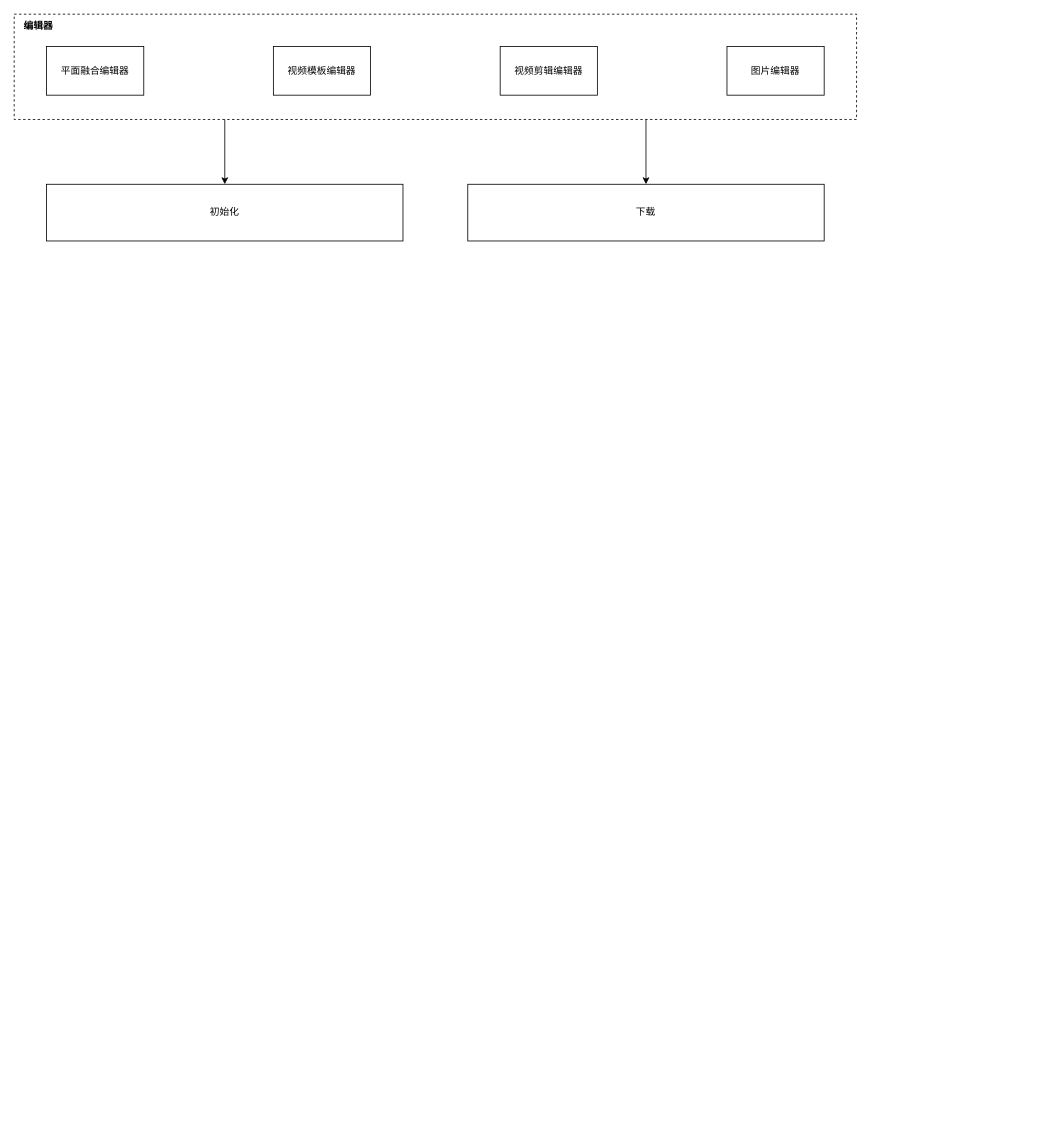
Above: worker/用户下载日志.drawio in TNT-Likely/diagrams (draw.io), before the change. Source tidied: cells renumbered, new cells numbered last; positions are measured from the earlier drawing's top-left corner, leaving out a move shared by most shapes. Both pictures are drawn from the tidied source at 81%, with x=0, y=0 at pixel (14, 14).
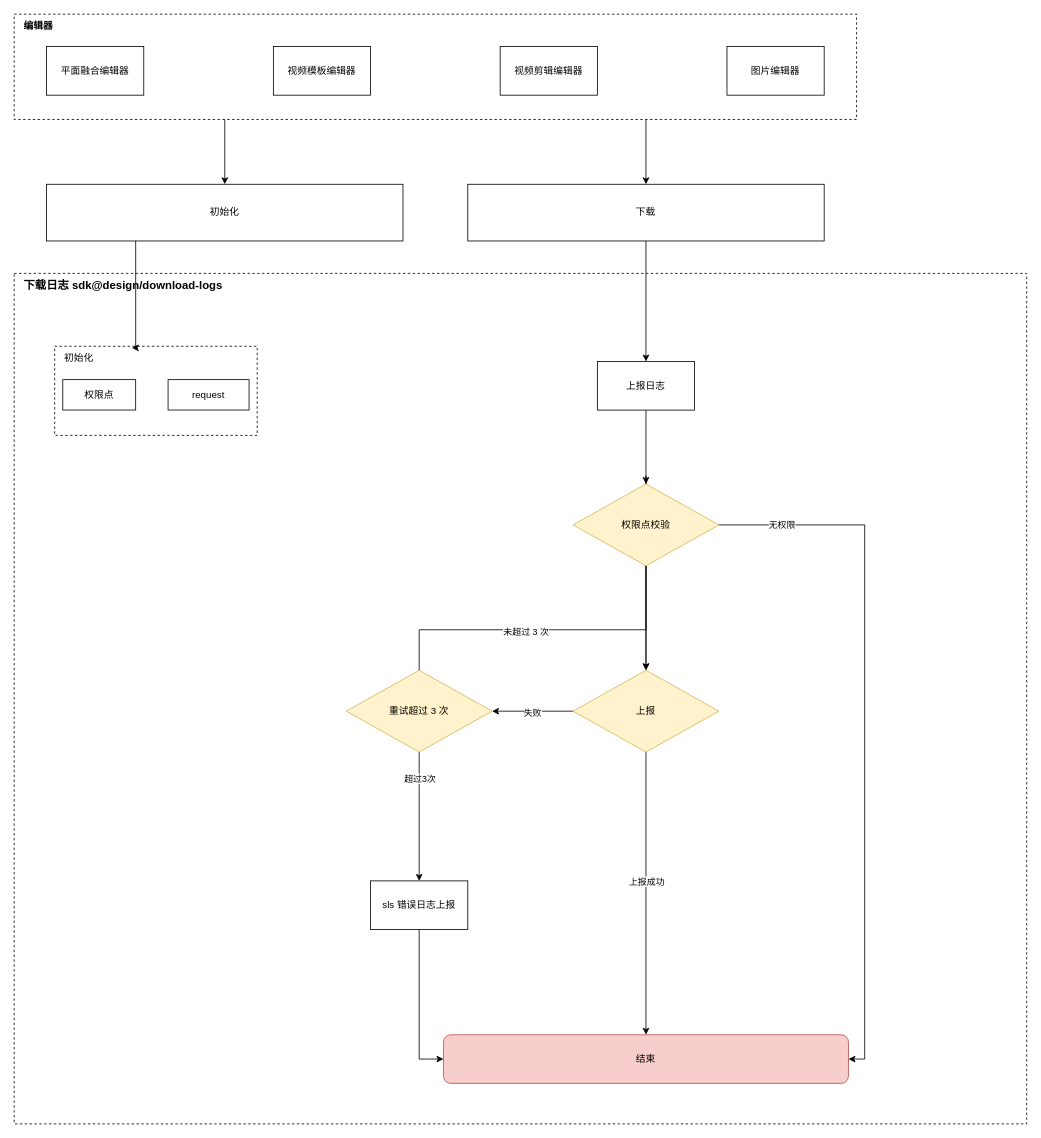
The same page after the edit.

Commit message:
更新用户下载日志.drawio

Unchanged cells that the change refers to:
```xml
<mxCell id="3" style="rounded=0;whiteSpace=wrap;html=1;dashed=1;" parent="2" vertex="1">
  <mxGeometry width="1040" height="130" as="geometry" />
</mxCell>
```

The edit, as a diff of the source:
```diff
@@
+    <mxCell id="13" style="group;" parent="1" vertex="1">
+      <mxGeometry x="40" y="210" width="960" height="70" as="geometry" />
+    </mxCell>
-    <mxCell id="9" value="初始化" style="rounded=0;whiteSpace=wrap;html=1;" parent="1" vertex="1">
-      <mxGeometry x="40" y="210" width="440" height="70" as="geometry" />
+    <mxCell id="9" value="初始化" style="rounded=0;whiteSpace=wrap;html=1;" parent="13" vertex="1">
+      <mxGeometry width="440" height="70" as="geometry" />
     </mxCell>
-    <mxCell id="10" value="下载" style="rounded=0;whiteSpace=wrap;html=1;" parent="1" vertex="1">
-      <mxGeometry x="560" y="210" width="440" height="70" as="geometry" />
+    <mxCell id="10" value="下载" style="rounded=0;whiteSpace=wrap;html=1;" parent="13" vertex="1">
+      <mxGeometry x="520" width="440" height="70" as="geometry" />
     </mxCell>
-    <mxCell id="11" style="edgeStyle=orthogonalEdgeStyle;rounded=0;jettySize=auto;html=1;exitX=0.25;exitY=1;exitDx=0;exitDy=0;entryX=0.5;entryY=0;entryDx=0;entryDy=0;" parent="1" edge="1" source="3" target="9">
+    <mxCell id="11" style="edgeStyle=orthogonalEdgeStyle;rounded=0;jettySize=auto;html=1;exitX=0.25;exitY=1;exitDx=0;exitDy=0;entryX=0.5;entryY=0;entryDx=0;entryDy=0;" parent="13" edge="1" source="3" target="9">
       <mxGeometry relative="1" as="geometry" />
     </mxCell>
-    <mxCell id="12" style="edgeStyle=orthogonalEdgeStyle;rounded=0;jettySize=auto;html=1;exitX=0.75;exitY=1;exitDx=0;exitDy=0;entryX=0.5;entryY=0;entryDx=0;entryDy=0;" parent="1" edge="1" source="3" target="10">
+    <mxCell id="12" style="edgeStyle=orthogonalEdgeStyle;rounded=0;jettySize=auto;html=1;exitX=0.75;exitY=1;exitDx=0;exitDy=0;entryX=0.5;entryY=0;entryDx=0;entryDy=0;" parent="13" edge="1" source="3" target="10">
       <mxGeometry relative="1" as="geometry" />
     </mxCell>
+    <mxCell id="14" style="rounded=0;whiteSpace=wrap;html=1;dashed=1;" parent="1" vertex="1">
+      <mxGeometry y="320" width="1250" height="1050" as="geometry" />
+    </mxCell>
+    <mxCell id="15" style="rounded=0;whiteSpace=wrap;html=1;dashed=1;" parent="1" vertex="1">
+      <mxGeometry x="50" y="410" width="250" height="110" as="geometry" />
+    </mxCell>
+    <mxCell id="16" value="权限点" style="rounded=0;whiteSpace=wrap;html=1;" parent="1" vertex="1">
+      <mxGeometry x="60" y="451.2" width="90" height="37.5" as="geometry" />
+    </mxCell>
+    <mxCell id="17" value="request" style="rounded=0;whiteSpace=wrap;html=1;" parent="1" vertex="1">
+      <mxGeometry x="190" y="451.2" width="100" height="37.5" as="geometry" />
+    </mxCell>
+    <mxCell id="18" value="初始化" style="text;html=1;strokeColor=none;fillColor=none;align=center;verticalAlign=middle;whiteSpace=wrap;rounded=0;" parent="1" vertex="1">
+      <mxGeometry x="50" y="410" width="60" height="30" as="geometry" />
+    </mxCell>
+    <mxCell id="19" value="下载日志 sdk@design/download-logs" style="text;html=1;strokeColor=none;fillColor=none;align=left;verticalAlign=middle;whiteSpace=wrap;rounded=0;fontStyle=1;fontSize=14;" parent="1" vertex="1">
+      <mxGeometry x="10" y="320" width="260" height="30" as="geometry" />
+    </mxCell>
+    <mxCell id="20" style="edgeStyle=orthogonalEdgeStyle;rounded=0;jettySize=auto;html=1;exitX=0.25;exitY=1;exitDx=0;exitDy=0;entryX=0.381;entryY=0.017;entryDx=0;entryDy=0;entryPerimeter=0;" parent="1" edge="1" source="9" target="15">
+      <mxGeometry relative="1" as="geometry">
+        <Array as="points">
+          <mxPoint x="150" y="412" />
+        </Array>
+      </mxGeometry>
+    </mxCell>
+    <mxCell id="21" style="edgeStyle=orthogonalEdgeStyle;rounded=0;jettySize=auto;html=1;exitX=1;exitY=0.5;exitDx=0;exitDy=0;entryX=1;entryY=0.5;entryDx=0;entryDy=0;" parent="1" edge="1" source="41" target="24">
+      <mxGeometry relative="1" as="geometry" />
+    </mxCell>
+    <mxCell id="22" value="无权限" style="edgeLabel;html=1;align=center;verticalAlign=middle;" parent="21" vertex="1">
+      <mxGeometry x="-0.82" y="1" relative="1" as="geometry">
+        <mxPoint y="1" as="offset" />
+      </mxGeometry>
+    </mxCell>
+    <mxCell id="23" style="edgeStyle=orthogonalEdgeStyle;rounded=0;jettySize=auto;html=1;exitX=0.5;exitY=1;exitDx=0;exitDy=0;entryX=0.5;entryY=0;entryDx=0;entryDy=0;" parent="1" edge="1" source="41" target="31">
+      <mxGeometry relative="1" as="geometry" />
+    </mxCell>
+    <mxCell id="24" value="结束" style="rounded=1;whiteSpace=wrap;html=1;fillColor=#f8cecc;strokeColor=#b85450;" parent="1" vertex="1">
+      <mxGeometry x="530" y="1260" width="500" height="60" as="geometry" />
+    </mxCell>
+    <mxCell id="25" style="edgeStyle=orthogonalEdgeStyle;rounded=0;jettySize=auto;html=1;exitX=0.5;exitY=1;exitDx=0;exitDy=0;entryX=0.5;entryY=0;entryDx=0;entryDy=0;" parent="1" edge="1" source="26" target="41">
+      <mxGeometry relative="1" as="geometry" />
+    </mxCell>
+    <mxCell id="26" value="上报日志" style="rounded=0;whiteSpace=wrap;html=1;" parent="1" vertex="1">
+      <mxGeometry x="720" y="428.8" width="120" height="60" as="geometry" />
+    </mxCell>
+    <mxCell id="27" style="edgeStyle=orthogonalEdgeStyle;rounded=0;jettySize=auto;html=1;exitX=0;exitY=0.5;exitDx=0;exitDy=0;entryX=1;entryY=0.5;entryDx=0;entryDy=0;" parent="1" edge="1" source="31" target="35">
+      <mxGeometry relative="1" as="geometry" />
+    </mxCell>
+    <mxCell id="28" value="失败" style="edgeLabel;html=1;align=center;verticalAlign=middle;" parent="27" vertex="1">
+      <mxGeometry x="0.02" y="2" relative="1" as="geometry" />
+    </mxCell>
+    <mxCell id="29" style="edgeStyle=orthogonalEdgeStyle;rounded=0;jettySize=auto;html=1;exitX=0.5;exitY=1;exitDx=0;exitDy=0;entryX=0.5;entryY=0;entryDx=0;entryDy=0;" parent="1" edge="1" source="31" target="24">
+      <mxGeometry relative="1" as="geometry" />
+    </mxCell>
+    <mxCell id="30" value="上报成功" style="edgeLabel;html=1;align=center;verticalAlign=middle;" parent="29" vertex="1">
+      <mxGeometry x="-0.09" relative="1" as="geometry" />
+    </mxCell>
+    <mxCell id="31" value="上报" style="rhombus;whiteSpace=wrap;html=1;fillColor=#fff2cc;strokeColor=#d6b656;" parent="1" vertex="1">
+      <mxGeometry x="690" y="810" width="180" height="101" as="geometry" />
+    </mxCell>
+    <mxCell id="32" style="edgeStyle=orthogonalEdgeStyle;rounded=0;jettySize=auto;html=1;exitX=0.5;exitY=0;exitDx=0;exitDy=0;entryX=0.5;entryY=0;entryDx=0;entryDy=0;" parent="1" edge="1" source="41" target="31">
+      <mxGeometry relative="1" as="geometry">
+        <Array as="points">
+          <mxPoint x="780" y="570" />
+        </Array>
+      </mxGeometry>
+    </mxCell>
+    <mxCell id="33" style="edgeStyle=orthogonalEdgeStyle;rounded=0;jettySize=auto;html=1;exitX=0.5;exitY=1;exitDx=0;exitDy=0;" parent="1" edge="1" source="35" target="37">
+      <mxGeometry relative="1" as="geometry" />
+    </mxCell>
+    <mxCell id="34" value="超过3次" style="edgeLabel;html=1;align=center;verticalAlign=middle;" parent="33" vertex="1">
+      <mxGeometry x="-0.6" relative="1" as="geometry" />
+    </mxCell>
+    <mxCell id="35" value="重试超过 3 次" style="rhombus;whiteSpace=wrap;html=1;fillColor=#fff2cc;strokeColor=#d6b656;" parent="1" vertex="1">
+      <mxGeometry x="410" y="810" width="180" height="101" as="geometry" />
+    </mxCell>
+    <mxCell id="36" style="edgeStyle=orthogonalEdgeStyle;rounded=0;jettySize=auto;html=1;exitX=0.5;exitY=1;exitDx=0;exitDy=0;" parent="1" edge="1" source="37" target="24">
+      <mxGeometry relative="1" as="geometry">
+        <Array as="points">
+          <mxPoint x="500" y="1290" />
+        </Array>
+      </mxGeometry>
+    </mxCell>
+    <mxCell id="37" value="sls 错误日志上报" style="rounded=0;whiteSpace=wrap;html=1;" parent="1" vertex="1">
+      <mxGeometry x="440" y="1070" width="120" height="60" as="geometry" />
+    </mxCell>
+    <mxCell id="38" style="edgeStyle=orthogonalEdgeStyle;rounded=0;jettySize=auto;html=1;exitX=0.5;exitY=1;exitDx=0;exitDy=0;entryX=0.5;entryY=0;entryDx=0;entryDy=0;" parent="1" edge="1" source="10" target="26">
+      <mxGeometry relative="1" as="geometry" />
+    </mxCell>
+    <mxCell id="39" style="edgeStyle=orthogonalEdgeStyle;rounded=0;jettySize=auto;html=1;exitX=0.5;exitY=0;exitDx=0;exitDy=0;entryX=0.5;entryY=0;entryDx=0;entryDy=0;" parent="1" edge="1" source="35" target="41">
+      <mxGeometry relative="1" as="geometry">
+        <Array as="points">
+          <mxPoint x="500" y="760" />
+          <mxPoint x="780" y="760" />
+        </Array>
+      </mxGeometry>
+    </mxCell>
+    <mxCell id="40" value="未超过 3 次" style="edgeLabel;html=1;align=center;verticalAlign=middle;" parent="39" vertex="1">
+      <mxGeometry x="-0.29" y="-2" relative="1" as="geometry" />
+    </mxCell>
+    <mxCell id="41" value="权限点校验" style="rhombus;whiteSpace=wrap;html=1;fillColor=#fff2cc;strokeColor=#d6b656;" parent="1" vertex="1">
+      <mxGeometry x="690" y="580" width="180" height="101" as="geometry" />
+    </mxCell>
```
